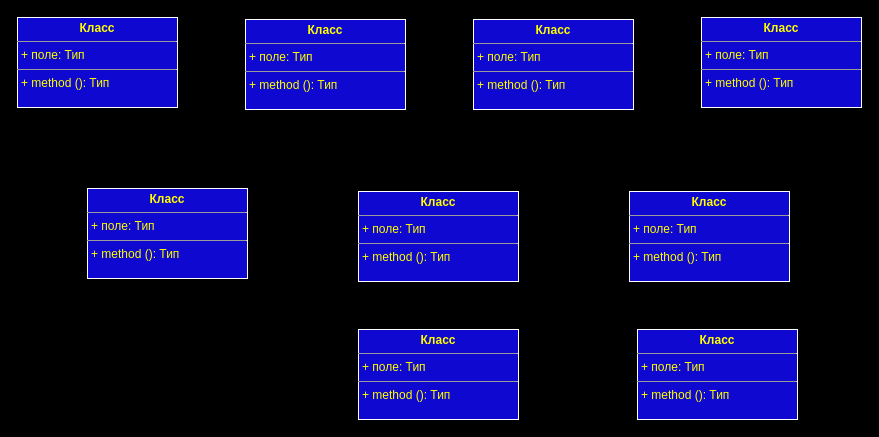
This is Lab7.drawio from Simonenko75/Simonenko75, a draw.io file, before an edit. Source tidied: cells renumbered, new cells numbered last; positions are measured from the earlier drawing's top-left corner, leaving out a move shared by most shapes. Both pictures are drawn from the tidied source at 100%, with x=0, y=0 at pixel (17, 17).
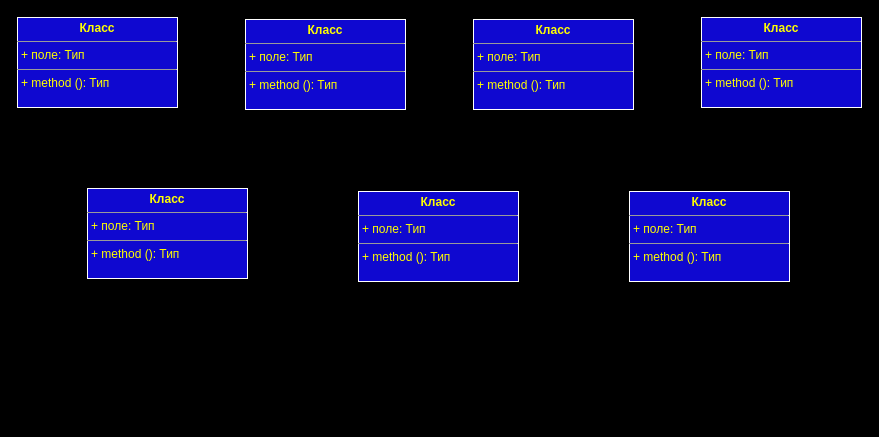
The same page after the edit.

Diff of the diagram source:
```diff
@@
 <mxGraphModel background="#000000">
   <root>
     <mxCell id="0" />
     <mxCell id="1" parent="0" />
     <mxCell id="2" value="&lt;p style=&quot;margin: 0px ; margin-top: 4px ; text-align: center&quot;&gt;&lt;b&gt;Класс&lt;/b&gt;&lt;/p&gt;&lt;hr size=&quot;1&quot;&gt;&lt;p style=&quot;margin: 0px ; margin-left: 4px&quot;&gt;+ поле: Тип&lt;/p&gt;&lt;hr size=&quot;1&quot;&gt;&lt;p style=&quot;margin: 0px ; margin-left: 4px&quot;&gt;+ method (): Тип&lt;/p&gt;" style="verticalAlign=top;align=left;overflow=fill;fontSize=12;fontFamily=Helvetica;html=1;shadow=0;fillColor=#0F08D0;fontColor=#FFFF00;strokeColor=#FFFFFF;" parent="1" vertex="1">
       <mxGeometry width="160" height="90" as="geometry" />
     </mxCell>
     <mxCell id="3" value="&lt;p style=&quot;margin: 0px ; margin-top: 4px ; text-align: center&quot;&gt;&lt;b&gt;Класс&lt;/b&gt;&lt;/p&gt;&lt;hr size=&quot;1&quot;&gt;&lt;p style=&quot;margin: 0px ; margin-left: 4px&quot;&gt;+ поле: Тип&lt;/p&gt;&lt;hr size=&quot;1&quot;&gt;&lt;p style=&quot;margin: 0px ; margin-left: 4px&quot;&gt;+ method (): Тип&lt;/p&gt;" style="verticalAlign=top;align=left;overflow=fill;fontSize=12;fontFamily=Helvetica;html=1;shadow=0;fillColor=#0F08D0;fontColor=#FFFF00;strokeColor=#FFFFFF;" parent="1" vertex="1">
       <mxGeometry x="228" y="2" width="160" height="90" as="geometry" />
     </mxCell>
     <mxCell id="4" value="&lt;p style=&quot;margin: 0px ; margin-top: 4px ; text-align: center&quot;&gt;&lt;b&gt;Класс&lt;/b&gt;&lt;/p&gt;&lt;hr size=&quot;1&quot;&gt;&lt;p style=&quot;margin: 0px ; margin-left: 4px&quot;&gt;+ поле: Тип&lt;/p&gt;&lt;hr size=&quot;1&quot;&gt;&lt;p style=&quot;margin: 0px ; margin-left: 4px&quot;&gt;+ method (): Тип&lt;/p&gt;" style="verticalAlign=top;align=left;overflow=fill;fontSize=12;fontFamily=Helvetica;html=1;shadow=0;fillColor=#0F08D0;fontColor=#FFFF00;strokeColor=#FFFFFF;" parent="1" vertex="1">
       <mxGeometry x="456" y="2" width="160" height="90" as="geometry" />
     </mxCell>
     <mxCell id="5" value="&lt;p style=&quot;margin: 0px ; margin-top: 4px ; text-align: center&quot;&gt;&lt;b&gt;Класс&lt;/b&gt;&lt;/p&gt;&lt;hr size=&quot;1&quot;&gt;&lt;p style=&quot;margin: 0px ; margin-left: 4px&quot;&gt;+ поле: Тип&lt;/p&gt;&lt;hr size=&quot;1&quot;&gt;&lt;p style=&quot;margin: 0px ; margin-left: 4px&quot;&gt;+ method (): Тип&lt;/p&gt;" style="verticalAlign=top;align=left;overflow=fill;fontSize=12;fontFamily=Helvetica;html=1;shadow=0;fillColor=#0F08D0;fontColor=#FFFF00;strokeColor=#FFFFFF;" parent="1" vertex="1">
       <mxGeometry x="684" width="160" height="90" as="geometry" />
     </mxCell>
     <mxCell id="6" value="&lt;p style=&quot;margin: 0px ; margin-top: 4px ; text-align: center&quot;&gt;&lt;b&gt;Класс&lt;/b&gt;&lt;/p&gt;&lt;hr size=&quot;1&quot;&gt;&lt;p style=&quot;margin: 0px ; margin-left: 4px&quot;&gt;+ поле: Тип&lt;/p&gt;&lt;hr size=&quot;1&quot;&gt;&lt;p style=&quot;margin: 0px ; margin-left: 4px&quot;&gt;+ method (): Тип&lt;/p&gt;" style="verticalAlign=top;align=left;overflow=fill;fontSize=12;fontFamily=Helvetica;html=1;shadow=0;fillColor=#0F08D0;fontColor=#FFFF00;strokeColor=#FFFFFF;" parent="1" vertex="1">
       <mxGeometry x="612" y="174" width="160" height="90" as="geometry" />
     </mxCell>
     <mxCell id="7" value="&lt;p style=&quot;margin: 0px ; margin-top: 4px ; text-align: center&quot;&gt;&lt;b&gt;Класс&lt;/b&gt;&lt;/p&gt;&lt;hr size=&quot;1&quot;&gt;&lt;p style=&quot;margin: 0px ; margin-left: 4px&quot;&gt;+ поле: Тип&lt;/p&gt;&lt;hr size=&quot;1&quot;&gt;&lt;p style=&quot;margin: 0px ; margin-left: 4px&quot;&gt;+ method (): Тип&lt;/p&gt;" style="verticalAlign=top;align=left;overflow=fill;fontSize=12;fontFamily=Helvetica;html=1;shadow=0;fillColor=#0F08D0;fontColor=#FFFF00;strokeColor=#FFFFFF;" parent="1" vertex="1">
       <mxGeometry x="341" y="174" width="160" height="90" as="geometry" />
     </mxCell>
     <mxCell id="8" value="&lt;p style=&quot;margin: 0px ; margin-top: 4px ; text-align: center&quot;&gt;&lt;b&gt;Класс&lt;/b&gt;&lt;/p&gt;&lt;hr size=&quot;1&quot;&gt;&lt;p style=&quot;margin: 0px ; margin-left: 4px&quot;&gt;+ поле: Тип&lt;/p&gt;&lt;hr size=&quot;1&quot;&gt;&lt;p style=&quot;margin: 0px ; margin-left: 4px&quot;&gt;+ method (): Тип&lt;/p&gt;" style="verticalAlign=top;align=left;overflow=fill;fontSize=12;fontFamily=Helvetica;html=1;shadow=0;fillColor=#0F08D0;fontColor=#FFFF00;strokeColor=#FFFFFF;" parent="1" vertex="1">
       <mxGeometry x="70" y="171" width="160" height="90" as="geometry" />
     </mxCell>
-    <mxCell id="9" value="&lt;p style=&quot;margin: 0px ; margin-top: 4px ; text-align: center&quot;&gt;&lt;b&gt;Класс&lt;/b&gt;&lt;/p&gt;&lt;hr size=&quot;1&quot;&gt;&lt;p style=&quot;margin: 0px ; margin-left: 4px&quot;&gt;+ поле: Тип&lt;/p&gt;&lt;hr size=&quot;1&quot;&gt;&lt;p style=&quot;margin: 0px ; margin-left: 4px&quot;&gt;+ method (): Тип&lt;/p&gt;" style="verticalAlign=top;align=left;overflow=fill;fontSize=12;fontFamily=Helvetica;html=1;shadow=0;fillColor=#0F08D0;fontColor=#FFFF00;strokeColor=#FFFFFF;" parent="1" vertex="1">
-      <mxGeometry x="341" y="312" width="160" height="90" as="geometry" />
-    </mxCell>
-    <mxCell id="10" value="&lt;p style=&quot;margin: 0px ; margin-top: 4px ; text-align: center&quot;&gt;&lt;b&gt;Класс&lt;/b&gt;&lt;/p&gt;&lt;hr size=&quot;1&quot;&gt;&lt;p style=&quot;margin: 0px ; margin-left: 4px&quot;&gt;+ поле: Тип&lt;/p&gt;&lt;hr size=&quot;1&quot;&gt;&lt;p style=&quot;margin: 0px ; margin-left: 4px&quot;&gt;+ method (): Тип&lt;/p&gt;" style="verticalAlign=top;align=left;overflow=fill;fontSize=12;fontFamily=Helvetica;html=1;shadow=0;fillColor=#0F08D0;fontColor=#FFFF00;strokeColor=#FFFFFF;" parent="1" vertex="1">
-      <mxGeometry x="620" y="312" width="160" height="90" as="geometry" />
-    </mxCell>
   </root>
 </mxGraphModel>
```
